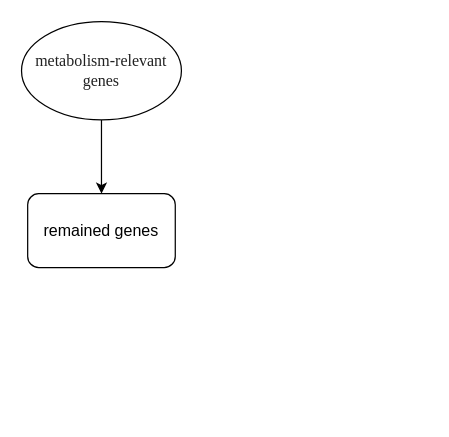
gnilihzeux/Bioinformatics_Pipeline keeps this draw.io diagram as Untitled Diagram.drawio. Above is the earlier version. Source tidied: cells renumbered, new cells numbered last; positions are measured from the earlier drawing's top-left corner, leaving out a move shared by most shapes. Both pictures are drawn from the tidied source at 123%, with x=0, y=0 at pixel (21, 21).
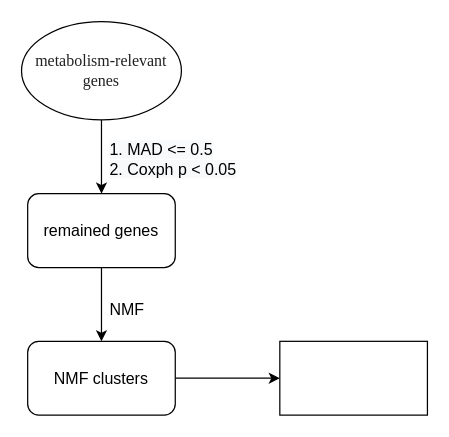
The same diagram, later.

Change to the diagram source:
```diff
@@
 <mxGraphModel>
   <root>
     <mxCell id="0" />
     <mxCell id="1" parent="0" />
     <mxCell id="2" style="edgeStyle=orthogonalEdgeStyle;rounded=0;jettySize=auto;html=1;fontSize=13;" parent="1" edge="1" source="3" target="4">
       <mxGeometry relative="1" as="geometry" />
     </mxCell>
     <mxCell id="3" value="&lt;span style=&quot;color: rgb(33 , 33 , 33) ; font-family: &amp;#34;cambria&amp;#34; , &amp;#34;cambria math&amp;#34; , &amp;#34;stixgeneral&amp;#34; , &amp;#34;times new roman&amp;#34; , &amp;#34;times&amp;#34; , serif ; font-size: 13px ; background-color: rgb(255 , 255 , 255)&quot;&gt;metabolism‐relevant genes&lt;/span&gt;" style="ellipse;whiteSpace=wrap;html=1;" parent="1" vertex="1">
       <mxGeometry width="130" height="80" as="geometry" />
     </mxCell>
+    <mxCell id="5" style="edgeStyle=orthogonalEdgeStyle;rounded=0;jettySize=auto;html=1;fontSize=13;" parent="1" edge="1" source="4" target="7">
+      <mxGeometry relative="1" as="geometry" />
+    </mxCell>
     <mxCell id="4" value="remained genes" style="rounded=1;whiteSpace=wrap;html=1;fontSize=13;" parent="1" vertex="1">
       <mxGeometry x="5" y="140" width="120" height="60" as="geometry" />
     </mxCell>
+    <mxCell id="6" style="edgeStyle=orthogonalEdgeStyle;rounded=0;jettySize=auto;html=1;entryX=0;entryY=0.5;entryDx=0;entryDy=0;fontSize=13;" parent="1" edge="1" source="7" target="10">
+      <mxGeometry relative="1" as="geometry" />
+    </mxCell>
+    <mxCell id="7" value="NMF clusters" style="whiteSpace=wrap;html=1;fontSize=13;rounded=1;" parent="1" vertex="1">
+      <mxGeometry x="5" y="260" width="120" height="60" as="geometry" />
+    </mxCell>
+    <mxCell id="8" value="&lt;span style=&quot;color: rgb(0, 0, 0); font-family: helvetica; font-size: 13px; font-style: normal; font-weight: 400; letter-spacing: normal; text-align: center; text-indent: 0px; text-transform: none; word-spacing: 0px; background-color: rgb(248, 249, 250); display: inline; float: none;&quot;&gt;1. MAD &amp;lt;= 0.5&lt;/span&gt;&lt;br style=&quot;color: rgb(0, 0, 0); font-family: helvetica; font-size: 13px; font-style: normal; font-weight: 400; letter-spacing: normal; text-align: center; text-indent: 0px; text-transform: none; word-spacing: 0px; background-color: rgb(248, 249, 250);&quot;&gt;&lt;span style=&quot;color: rgb(0, 0, 0); font-family: helvetica; font-size: 13px; font-style: normal; font-weight: 400; letter-spacing: normal; text-align: center; text-indent: 0px; text-transform: none; word-spacing: 0px; background-color: rgb(248, 249, 250); display: inline; float: none;&quot;&gt;2. Coxph p &amp;lt; 0.05&lt;/span&gt;" style="text;whiteSpace=wrap;html=1;fontSize=13;" parent="1" vertex="1">
+      <mxGeometry x="70" y="90" width="130" height="50" as="geometry" />
+    </mxCell>
+    <mxCell id="9" value="&lt;div style=&quot;text-align: center&quot;&gt;&lt;span&gt;&lt;font face=&quot;helvetica&quot;&gt;NMF&lt;/font&gt;&lt;/span&gt;&lt;/div&gt;" style="text;whiteSpace=wrap;html=1;fontSize=13;" parent="1" vertex="1">
+      <mxGeometry x="70" y="220" width="130" height="50" as="geometry" />
+    </mxCell>
+    <mxCell id="10" style="rounded=0;whiteSpace=wrap;html=1;fontSize=13;" parent="1" vertex="1">
+      <mxGeometry x="210" y="260" width="120" height="60" as="geometry" />
+    </mxCell>
   </root>
 </mxGraphModel>
```
